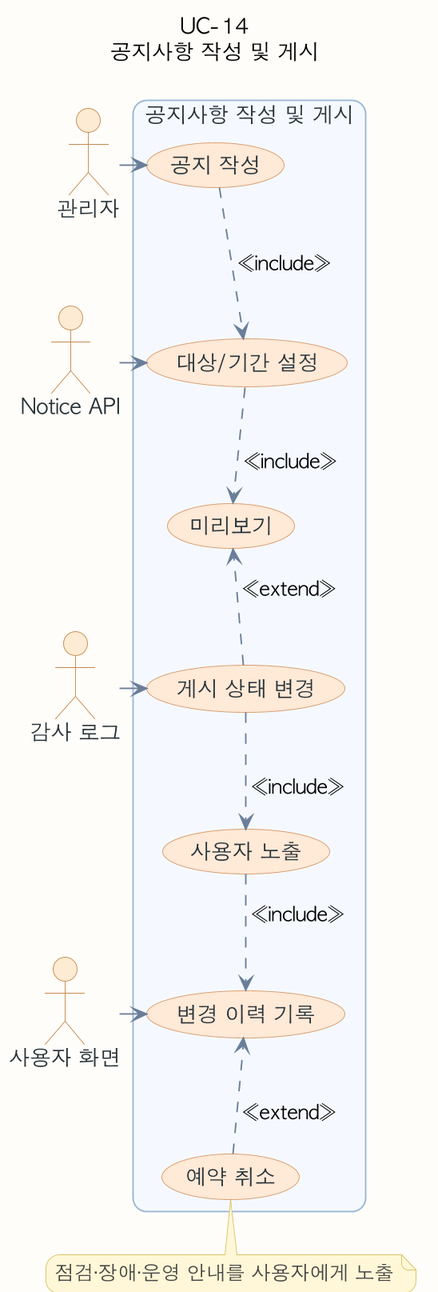
Earlier version of the PlantUML export assets/diagrams/usecase/uc-14-usecase.png (ricky30825-creator/BMS). Its source is kept beside it as assets/diagrams/usecase/uc-14-usecase.puml. Source of this version:
```plantuml
@startuml
!pragma layout smetana
skinparam backgroundColor #FEFCF8
skinparam shadowing false
skinparam dpi 180
skinparam defaultFontName "AppleGothic"
skinparam roundcorner 18
skinparam usecase {
  BackgroundColor #F8FAFC
  BorderColor #8EA7C2
  ArrowColor #6B7F99
  FontColor #263238
}
skinparam actor {
  BackgroundColor #FDEBD3
  BorderColor #C58A50
  FontColor #263238
}
skinparam rectangle {
  BackgroundColor #F4F8FF
  BorderColor #9BB6D6
  FontColor #263238
}
skinparam note {
  BackgroundColor #FFF7D6
  BorderColor #D9C36A
  FontColor #444444
}
top to bottom direction
skinparam usecase {
  BackgroundColor #FFE8D6
  BorderColor #D79A6A
}
title UC-14\n공지사항 작성 및 게시
actor "관리자" as A
actor "Notice API" as S1
actor "감사 로그" as S2
actor "사용자 화면" as S3
rectangle "공지사항 작성 및 게시" {
  usecase "공지 작성" as U1
  usecase "대상/기간 설정" as U2
  usecase "미리보기" as U3
  usecase "게시 상태 변경" as U4
  usecase "사용자 노출" as U5
  usecase "변경 이력 기록" as U6
  usecase "예약 취소" as U7
}
U1 -[hidden]down- U2
U2 -[hidden]down- U3
U3 -[hidden]down- U4
U4 -[hidden]down- U5
U5 -[hidden]down- U6
U6 -[hidden]down- U7
A -right-> U1
S1 -left-> U2
S2 -left-> U4
S3 -left-> U6
U1 ..> U2 : <<include>>
U2 ..> U3 : <<include>>
U4 ..> U3 : <<extend>>
U4 ..> U5 : <<include>>
U5 ..> U6 : <<include>>
U7 ..> U6 : <<extend>>
note bottom of U7
점검·장애·운영 안내를 사용자에게 노출
end note
@enduml
```
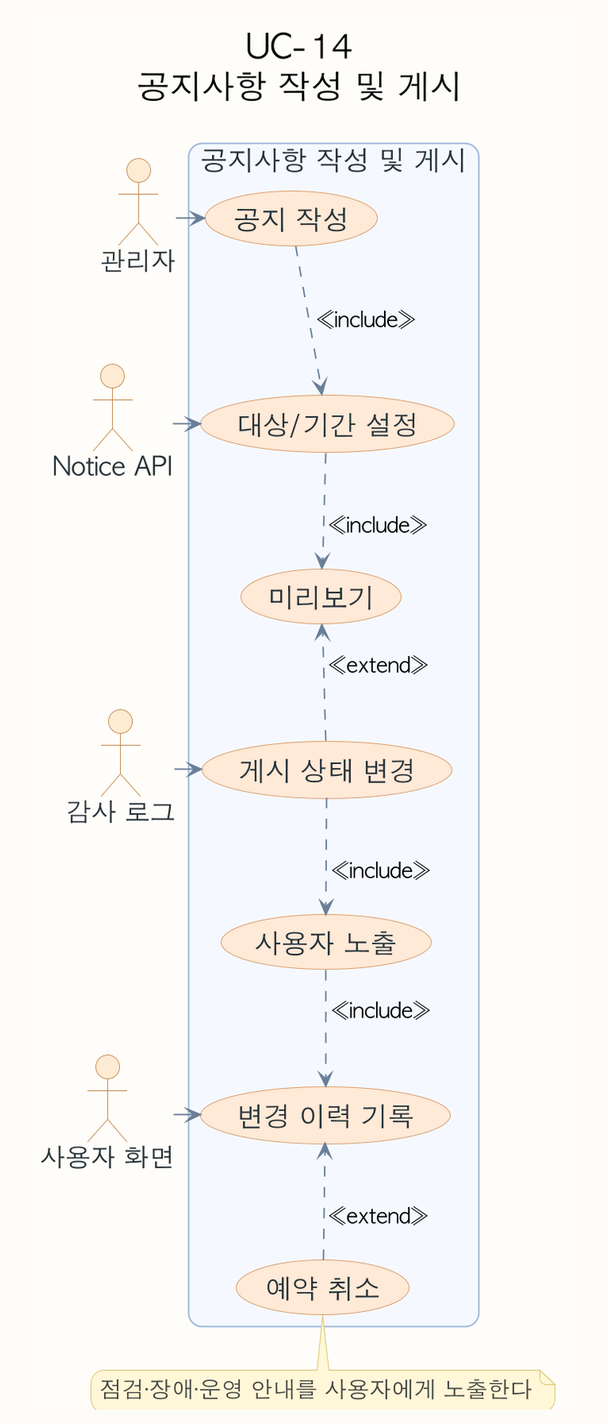
After the change.

Diff of the diagram source:
```diff
@@ -4,6 +4,12 @@
 skinparam shadowing false
 skinparam dpi 180
 skinparam defaultFontName "AppleGothic"
+skinparam defaultFontSize 18
+skinparam TitleFontSize 22
+skinparam ActorFontSize 17
+skinparam UsecaseFontSize 18
+skinparam NoteFontSize 15
+skinparam ArrowFontSize 14
 skinparam roundcorner 18
 skinparam usecase {
   BackgroundColor #F8FAFC
@@ -62,6 +68,6 @@
 U5 ..> U6 : <<include>>
 U7 ..> U6 : <<extend>>
 note bottom of U7
-점검·장애·운영 안내를 사용자에게 노출
+점검·장애·운영 안내를 사용자에게 노출한다
 end note
 @enduml
```
